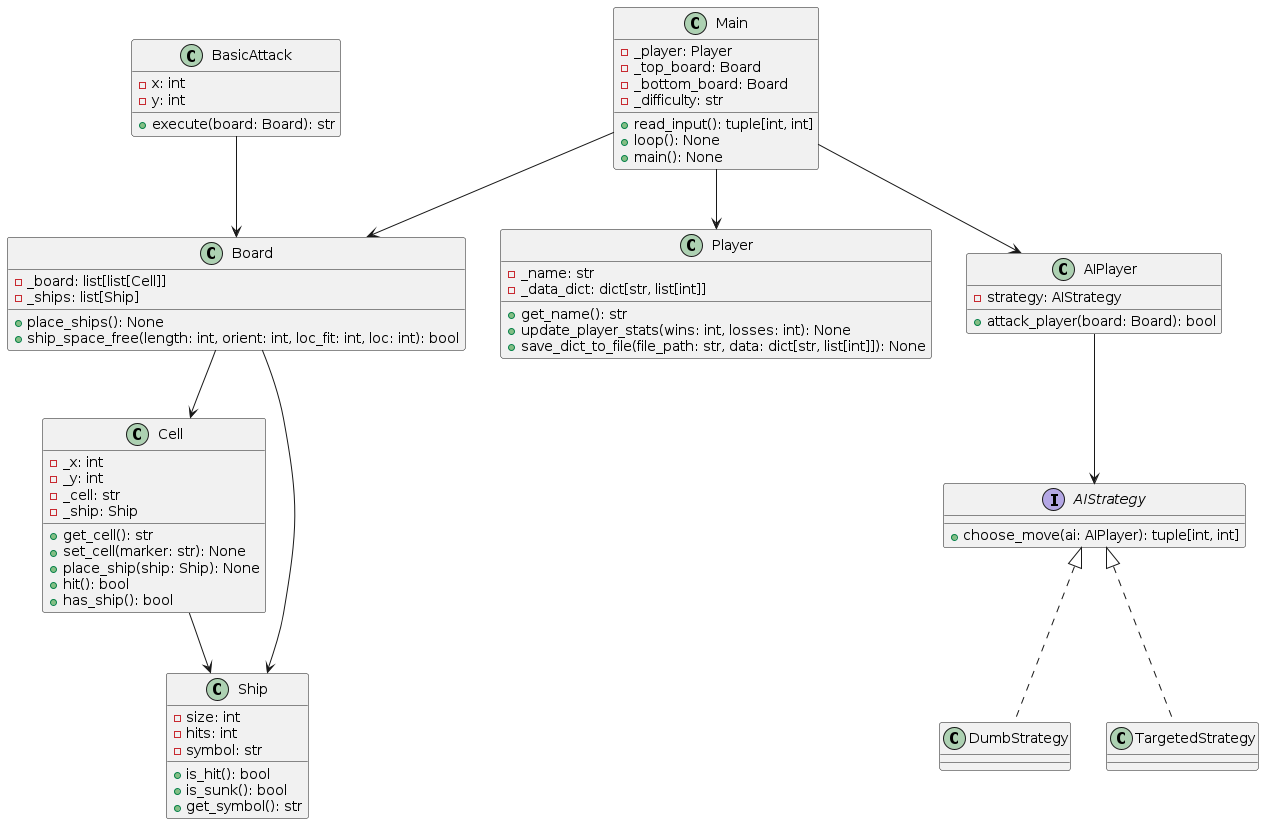
joywalgren/FinalProject_OOP keeps this PlantUML diagram as Final_Project/uml/Logical_View.png. Above is the earlier version.
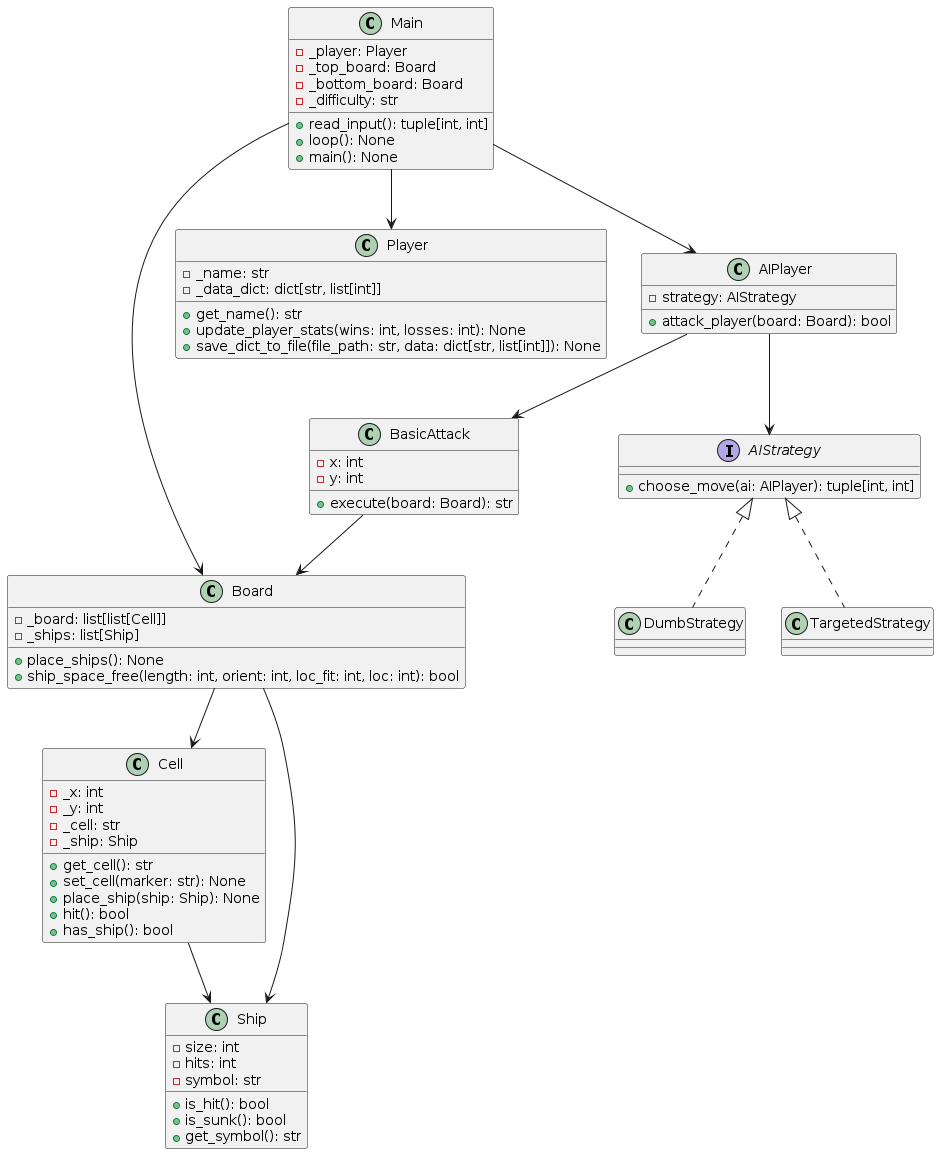
After the commit.

Commit message:
updating logical view again

Diff of the diagram source:
```diff
@@ -75,5 +75,5 @@
 Board --> Ship
 Cell --> Ship
 BasicAttack --> Board
-
+AIPlayer --> BasicAttack
 @enduml
```
